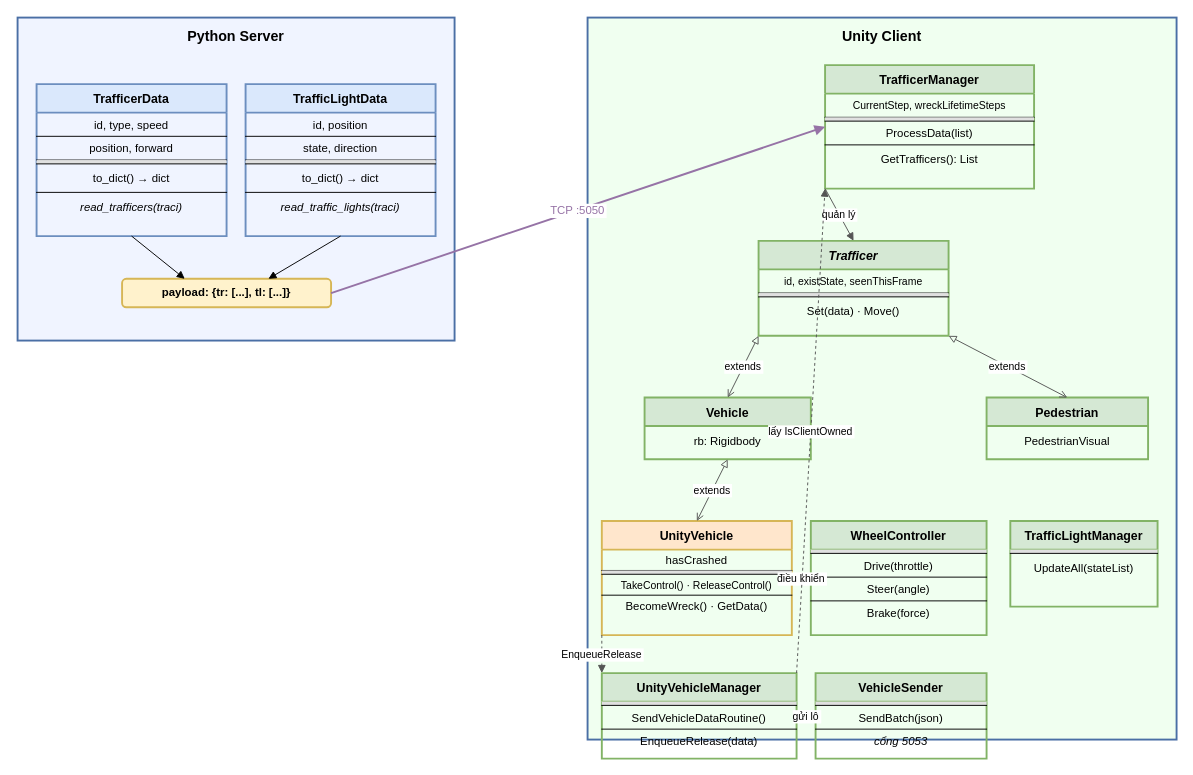
Earlier version of the draw.io diagram DiagramsCode/so-do-lop-giao-thong.drawio (MinhHoang137/SUMO-GR1). Source tidied: cells renumbered, new cells numbered last; positions are measured from the earlier drawing's top-left corner, leaving out a move shared by most shapes. Both pictures are drawn from the tidied source at 95%, with x=0, y=0 at pixel (17, 17).
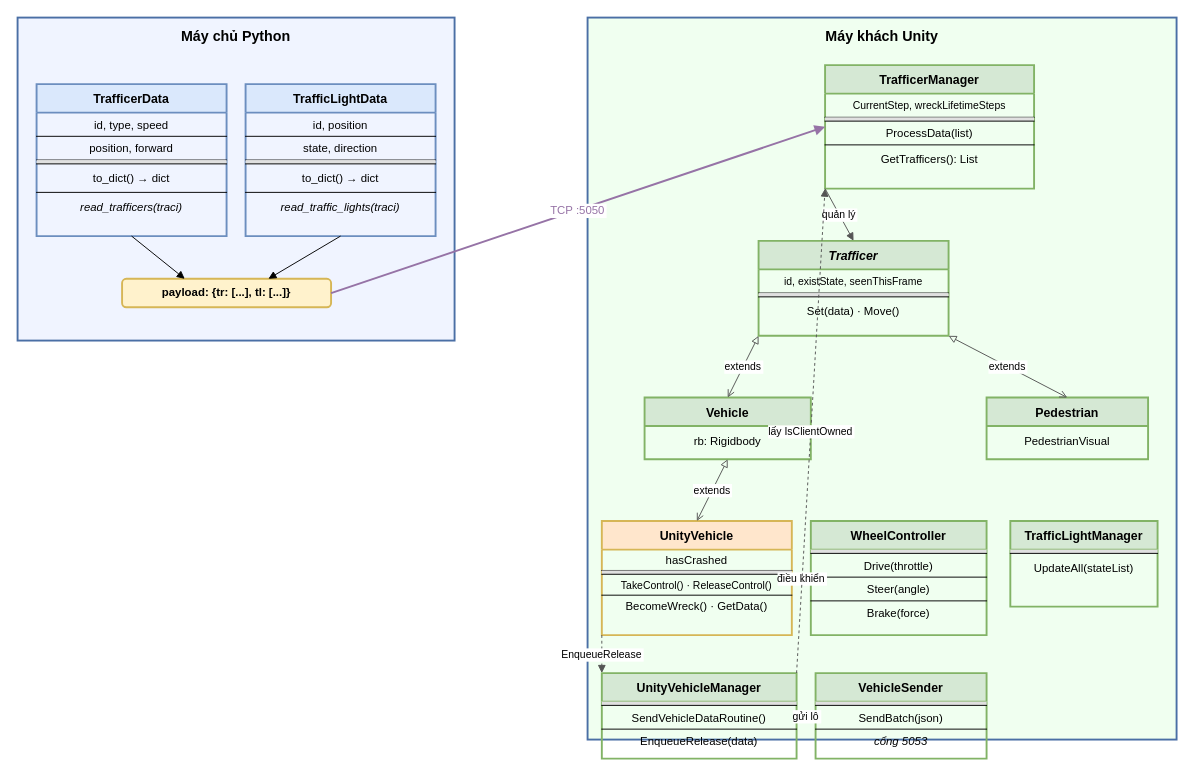
After the change.

Change to the diagram source:
```diff
@@
-    <mxCell id="2" value="Python Server" style="rounded=0;whiteSpace=wrap;html=1;fillColor=#f0f4ff;strokeColor=#4a6fa5;strokeWidth=2;strokeDasharray=8 4;fontSize=15;fontStyle=1;verticalAlign=top;spacingTop=4;" parent="1" vertex="1">
+    <mxCell id="2" value="Máy chủ Python" style="rounded=0;whiteSpace=wrap;html=1;fillColor=#f0f4ff;strokeColor=#4a6fa5;strokeWidth=2;strokeDasharray=8 4;fontSize=15;fontStyle=1;verticalAlign=top;spacingTop=4;" parent="1" vertex="1">
       <mxGeometry width="460" height="340" as="geometry" />
     </mxCell>
@@
-    <mxCell id="26" value="Unity Client" style="rounded=0;whiteSpace=wrap;html=1;fillColor=#f0fff0;strokeColor=#4a6fa5;strokeWidth=2;strokeDasharray=8 4;fontSize=15;fontStyle=1;verticalAlign=top;spacingTop=4;" parent="1" vertex="1">
+    <mxCell id="26" value="Máy khách Unity" style="rounded=0;whiteSpace=wrap;html=1;fillColor=#f0fff0;strokeColor=#4a6fa5;strokeWidth=2;strokeDasharray=8 4;fontSize=15;fontStyle=1;verticalAlign=top;spacingTop=4;" parent="1" vertex="1">
       <mxGeometry x="600" width="620" height="760" as="geometry" />
     </mxCell>
```
